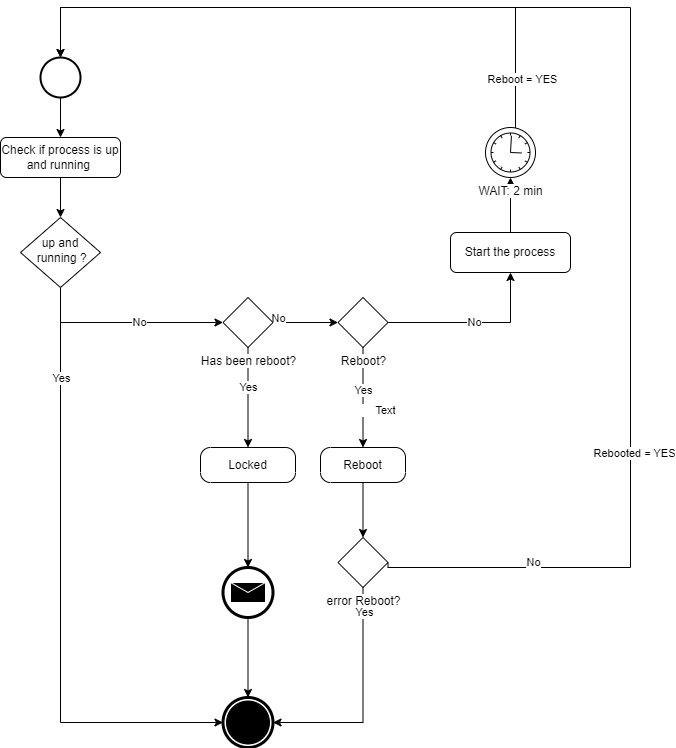
fermenreq/infopoint keeps this draw.io diagram as infopoints.png. Above is the earlier version. Source tidied: cells renumbered, new cells last; positions are measured from the earlier drawing's top-left corner, leaving out a move shared by most shapes.
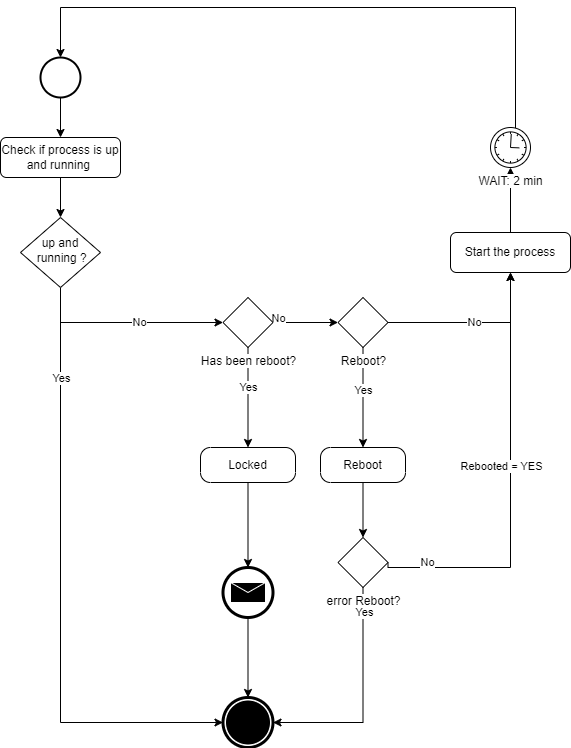
Later version of the same file.

Commit message:
fix path diagram according code

The edit, as a diff of the source:
```diff
@@ -55,13 +55,8 @@
         <mxPoint x="-1" as="offset" />
       </mxGeometry>
     </mxCell>
-    <mxCell id="14" value="Reboot = YES" style="edgeLabel;html=1;align=center;verticalAlign=middle;" parent="13" vertex="1">
-      <mxGeometry x="-0.67" y="-4" relative="1" as="geometry">
-        <mxPoint x="2" y="54" as="offset" />
-      </mxGeometry>
-    </mxCell>
     <mxCell id="15" value="WAIT: 2 min" style="points=[[0.145,0.145,0],[0.5,0,0],[0.855,0.145,0],[1,0.5,0],[0.855,0.855,0],[0.5,1,0],[0.145,0.855,0],[0,0.5,0]];shape=mxgraph.bpmn.event;html=1;verticalLabelPosition=bottom;labelBackgroundColor=#ffffff;verticalAlign=top;align=center;perimeter=ellipsePerimeter;outlineConnect=0;outline=standard;symbol=timer;" parent="1" vertex="1">
-      <mxGeometry x="485" y="120" width="50" height="50" as="geometry" />
+      <mxGeometry x="490" y="120" width="40" height="40" as="geometry" />
     </mxCell>
     <mxCell id="16" value="No" style="edgeStyle=orthogonalEdgeStyle;rounded=0;jettySize=auto;html=1;" parent="1" edge="1" source="19" target="9">
       <mxGeometry relative="1" as="geometry" />
@@ -69,9 +64,6 @@
     <mxCell id="17" value="Yes" style="edgeStyle=orthogonalEdgeStyle;rounded=0;jettySize=auto;html=1;" parent="1" edge="1" source="19" target="21">
       <mxGeometry x="-0.13" relative="1" as="geometry" />
     </mxCell>
-    <mxCell id="18" value="&lt;blockquote style=&quot;margin: 0 0 0 40px; border: none; padding: 0px;&quot;&gt;Text&lt;/blockquote&gt;" style="edgeLabel;html=1;align=center;verticalAlign=middle;" parent="17" vertex="1">
-      <mxGeometry x="0.24" y="2" relative="1" as="geometry" />
-    </mxCell>
     <mxCell id="19" value="Reboot?" style="points=[[0.25,0.25,0],[0.5,0,0],[0.75,0.25,0],[1,0.5,0],[0.75,0.75,0],[0.5,1,0],[0.25,0.75,0],[0,0.5,0]];shape=mxgraph.bpmn.gateway2;html=1;verticalLabelPosition=bottom;labelBackgroundColor=#ffffff;verticalAlign=top;align=center;perimeter=rhombusPerimeter;outlineConnect=0;outline=none;symbol=none;" parent="1" vertex="1">
       <mxGeometry x="337.5" y="290" width="50" height="50" as="geometry" />
     </mxCell>
@@ -91,19 +83,17 @@
     <mxCell id="23" value="Yes" style="edgeLabel;html=1;align=center;verticalAlign=middle;" parent="22" vertex="1">
       <mxGeometry x="-0.79" y="1" relative="1" as="geometry" />
     </mxCell>
-    <mxCell id="24" value="No" style="edgeStyle=orthogonalEdgeStyle;rounded=0;jettySize=auto;html=1;exitX=1;exitY=0.5;exitDx=0;exitDy=0;exitPerimeter=0;" parent="1" edge="1" source="26" target="11">
+    <mxCell id="24" value="No" style="edgeStyle=orthogonalEdgeStyle;rounded=0;jettySize=auto;html=1;exitX=1;exitY=0.5;exitDx=0;exitDy=0;exitPerimeter=0;entryX=0.5;entryY=1;entryDx=0;entryDy=0;" parent="1" edge="1" source="26" target="9">
       <mxGeometry x="-0.79" y="5" relative="1" as="geometry">
         <Array as="points">
           <mxPoint x="388" y="560" />
-          <mxPoint x="630" y="560" />
-          <mxPoint x="630" />
-          <mxPoint x="60" />
+          <mxPoint x="510" y="560" />
         </Array>
       </mxGeometry>
     </mxCell>
     <mxCell id="25" value="Rebooted = YES" style="edgeLabel;html=1;align=center;verticalAlign=middle;" parent="24" vertex="1">
       <mxGeometry x="-0.8" relative="1" as="geometry">
-        <mxPoint x="105" y="-115" as="offset" />
+        <mxPoint x="75" y="-102" as="offset" />
       </mxGeometry>
     </mxCell>
     <mxCell id="26" value="error Reboot?" style="points=[[0.25,0.25,0],[0.5,0,0],[0.75,0.25,0],[1,0.5,0],[0.75,0.75,0],[0.5,1,0],[0.25,0.75,0],[0,0.5,0]];shape=mxgraph.bpmn.gateway2;html=1;verticalLabelPosition=bottom;labelBackgroundColor=#ffffff;verticalAlign=top;align=center;perimeter=rhombusPerimeter;outlineConnect=0;outline=none;symbol=none;" parent="1" vertex="1">
```
